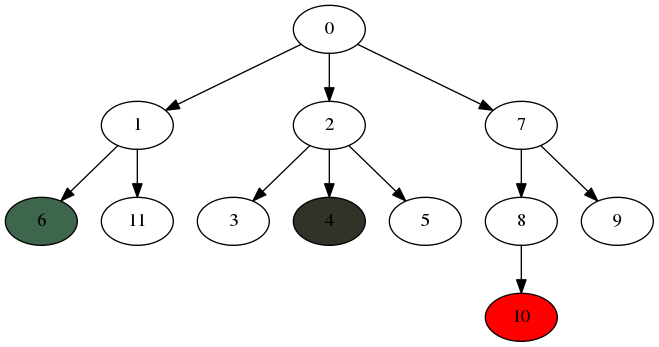
Earlier version of the Graphviz export start.png (MenshovSergey/Fitch). Its source is kept beside it as start.dot. Source of this version:
```dot
digraph start{
0->1;
1->6;
6 [style=filled,fillcolor="0.4 0.4 0.4"]
1->11;
0->2;
2->3;
2->4;
4 [style=filled,fillcolor="0.2 0.2 0.2"]
2->5;
0->7;
7->8;
8->10;
10 [style=filled,fillcolor="1.0 1.0 1.0"]
7->9;
}
```
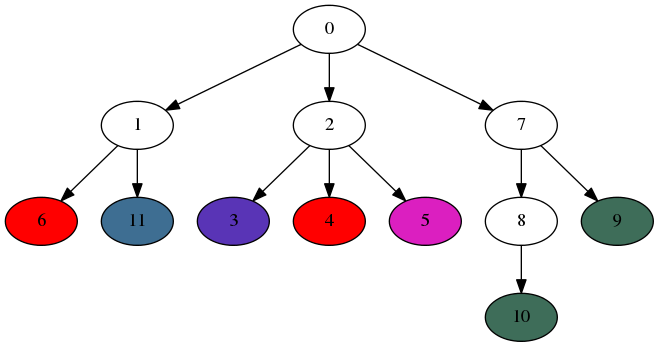
After the commit.

Diff of the diagram source:
```diff
@@ -1,16 +1,20 @@
 digraph start{
 0->1;
 1->6;
-6 [style=filled,fillcolor="0.4 0.4 0.4"]
+6 [style=filled,fillcolor="1.0 1.0 1.0"]
 1->11;
+11 [style=filled,fillcolor="0.5714285714285714 0.5714285714285714 0.5714285714285714"]
 0->2;
 2->3;
+3 [style=filled,fillcolor="0.7142857142857143 0.7142857142857143 0.7142857142857143"]
 2->4;
-4 [style=filled,fillcolor="0.2 0.2 0.2"]
+4 [style=filled,fillcolor="1.0 1.0 1.0"]
 2->5;
+5 [style=filled,fillcolor="0.8571428571428571 0.8571428571428571 0.8571428571428571"]
 0->7;
 7->8;
 8->10;
-10 [style=filled,fillcolor="1.0 1.0 1.0"]
+10 [style=filled,fillcolor="0.42857142857142855 0.42857142857142855 0.42857142857142855"]
 7->9;
+9 [style=filled,fillcolor="0.42857142857142855 0.42857142857142855 0.42857142857142855"]
 }
```
